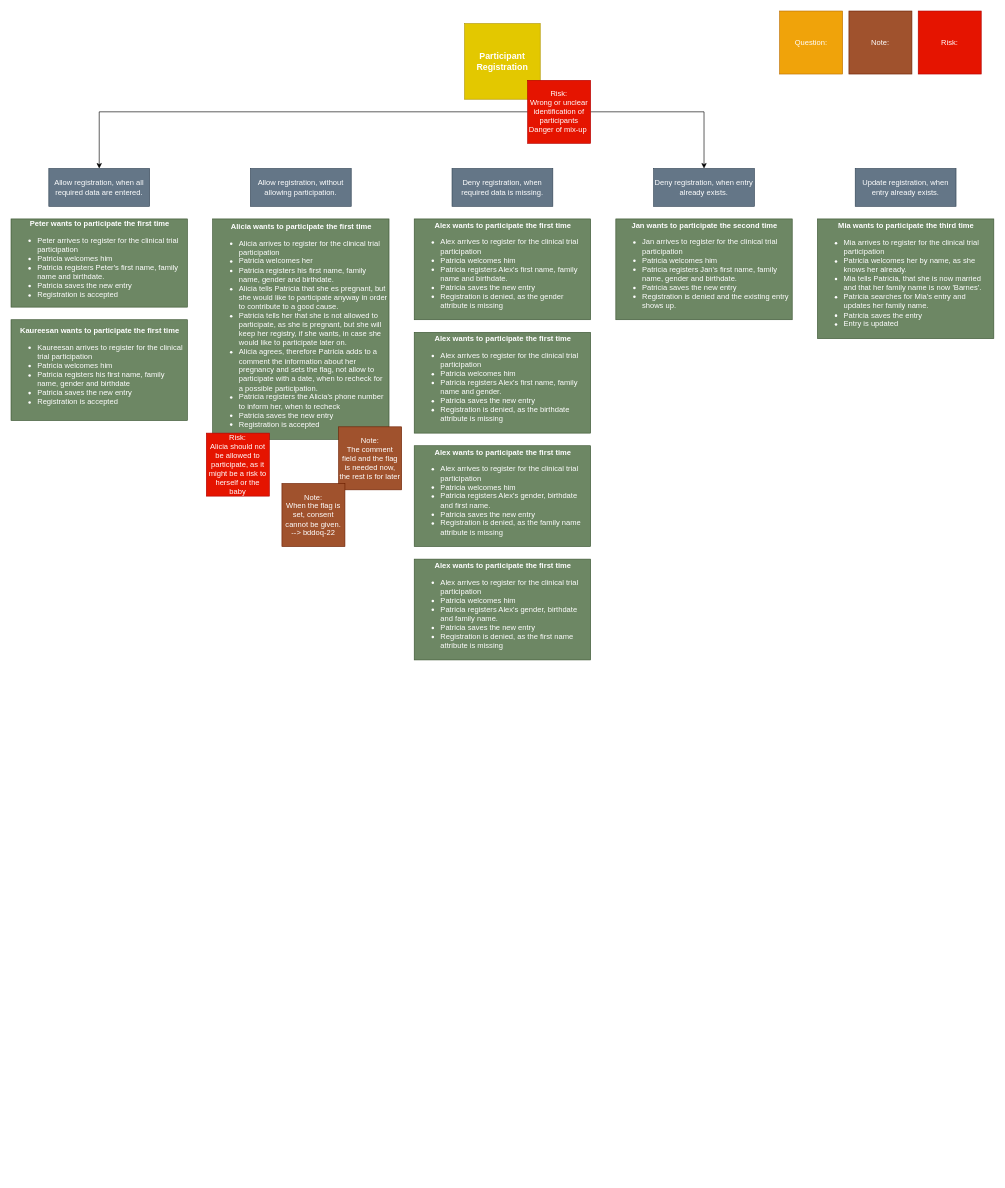
Before: jba-oq-documents/ExampleMap_bddoq-21.drawio in sableu/BDD4OQ, a draw.io diagram. Source tidied: cells renumbered, new cells numbered last; positions are measured from the earlier drawing's top-left corner, leaving out a move shared by most shapes. Both pictures are drawn from the tidied source at 63%, with x=0, y=0 at pixel (11, 11).
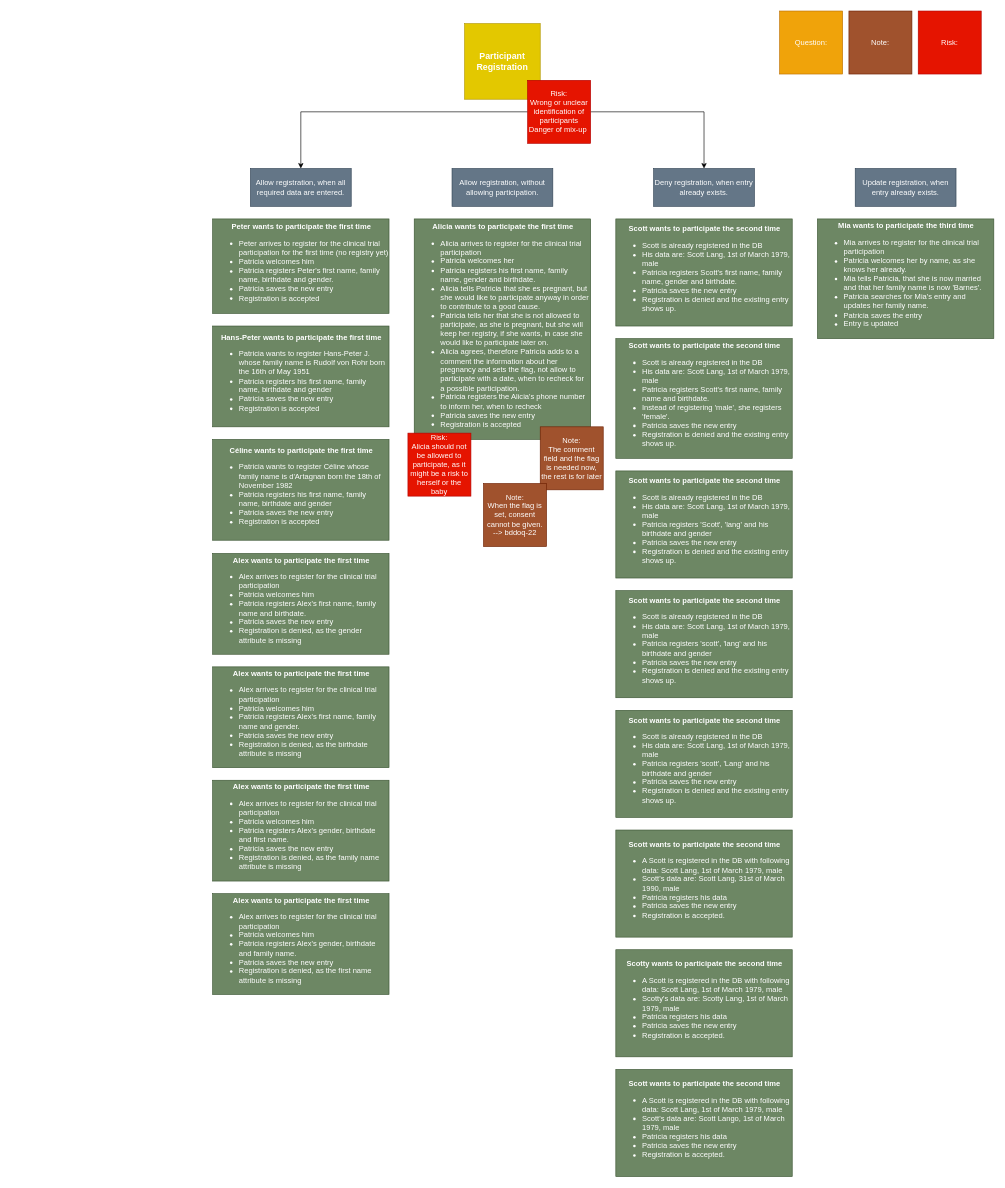
The same page after the edit.

Commit message (it also covers changes not shown here):
Refinement of example map, feature file and glue code for the participant's registration

What changed in the source:
```diff
@@
-    <mxCell id="3" value="&lt;div style=&quot;text-align: center&quot;&gt;&lt;span&gt;&lt;b&gt;Peter wants to participate the first time&lt;/b&gt;&lt;/span&gt;&lt;/div&gt;&lt;ul&gt;&lt;li&gt;Peter arrives to register for the clinical trial participation&lt;/li&gt;&lt;li&gt;Patricia welcomes him&lt;/li&gt;&lt;li&gt;Patricia registers Peter's first name, family name and birthdate.&lt;/li&gt;&lt;li&gt;Patricia saves the new entry&lt;/li&gt;&lt;li&gt;Registration is accepted&lt;/li&gt;&lt;/ul&gt;" style="rounded=0;whiteSpace=wrap;html=1;align=left;fillColor=#6d8764;strokeColor=#3A5431;fontColor=#ffffff;" parent="1" vertex="1">
-      <mxGeometry y="330" width="280" height="140" as="geometry" />
+    <mxCell id="3" value="&lt;div style=&quot;text-align: center&quot;&gt;&lt;span&gt;&lt;b&gt;Peter wants to participate the first time&lt;/b&gt;&lt;/span&gt;&lt;/div&gt;&lt;ul&gt;&lt;li&gt;Peter arrives to register for the clinical trial participation for the first time (no registry yet)&lt;/li&gt;&lt;li&gt;Patricia welcomes him&lt;/li&gt;&lt;li&gt;Patricia registers Peter's first name, family name, birthdate and gender.&lt;/li&gt;&lt;li&gt;Patricia saves the new entry&lt;/li&gt;&lt;li&gt;Registration is accepted&lt;/li&gt;&lt;/ul&gt;" style="rounded=0;whiteSpace=wrap;html=1;align=left;fillColor=#6d8764;strokeColor=#3A5431;fontColor=#ffffff;" parent="1" vertex="1">
+      <mxGeometry x="320" y="330" width="280" height="150" as="geometry" />
     </mxCell>
     <mxCell id="4" value="Allow registration, when all required data are entered." style="rounded=0;whiteSpace=wrap;html=1;fillColor=#647687;strokeColor=#314354;fontColor=#ffffff;" parent="1" vertex="1">
-      <mxGeometry x="60" y="250" width="160" height="60" as="geometry" />
+      <mxGeometry x="380" y="250" width="160" height="60" as="geometry" />
     </mxCell>
-    <mxCell id="5" value="&lt;div style=&quot;text-align: center&quot;&gt;&lt;span&gt;&lt;b&gt;Kaureesan wants to participate the first time&lt;/b&gt;&lt;/span&gt;&lt;/div&gt;&lt;ul&gt;&lt;li&gt;Kaureesan arrives to register for the clinical trial participation&lt;/li&gt;&lt;li&gt;Patricia welcomes him&lt;/li&gt;&lt;li&gt;Patricia registers his first name, family name, gender and birthdate&lt;/li&gt;&lt;li&gt;Patricia saves the new entry&lt;/li&gt;&lt;li&gt;Registration is accepted&lt;/li&gt;&lt;/ul&gt;" style="rounded=0;whiteSpace=wrap;html=1;align=left;fillColor=#6d8764;strokeColor=#3A5431;fontColor=#ffffff;" parent="1" vertex="1">
-      <mxGeometry y="490" width="280" height="160" as="geometry" />
+    <mxCell id="5" value="&lt;div style=&quot;text-align: center&quot;&gt;&lt;span&gt;&lt;b&gt;Hans-Peter wants to participate the first time&lt;/b&gt;&lt;/span&gt;&lt;/div&gt;&lt;ul&gt;&lt;li&gt;Patricia wants to register Hans-Peter J. whose family name is Rudolf von Rohr born the 16th of May 1951&lt;/li&gt;&lt;li&gt;Patricia registers his first name, family name, birthdate and gender&lt;/li&gt;&lt;li&gt;Patricia saves the new entry&lt;/li&gt;&lt;li&gt;Registration is accepted&lt;/li&gt;&lt;/ul&gt;" style="rounded=0;whiteSpace=wrap;html=1;align=left;fillColor=#6d8764;strokeColor=#3A5431;fontColor=#ffffff;" parent="1" vertex="1">
+      <mxGeometry x="320" y="500" width="280" height="160" as="geometry" />
     </mxCell>
     <mxCell id="6" value="&lt;div style=&quot;text-align: center&quot;&gt;&lt;span&gt;&lt;b&gt;Alicia wants to participate the first time&lt;/b&gt;&lt;/span&gt;&lt;/div&gt;&lt;ul&gt;&lt;li&gt;Alicia arrives to register for the clinical trial participation&lt;/li&gt;&lt;li&gt;Patricia welcomes her&lt;/li&gt;&lt;li&gt;Patricia registers his first name, family name, gender and birthdate.&lt;/li&gt;&lt;li&gt;Alicia tells Patricia that she es pregnant, but she would like to participate anyway in order to contribute to a good cause.&lt;/li&gt;&lt;li&gt;Patricia tells her that she is not allowed to participate, as she is pregnant, but she will keep her registry, if she wants, in case she would like to participate later on.&lt;/li&gt;&lt;li&gt;Alicia agrees, therefore Patricia adds to a comment the information about her pregnancy and sets the flag, not allow to participate with a date, when to recheck for a possible participation.&lt;/li&gt;&lt;li&gt;Patricia registers the Alicia's phone number to inform her, when to recheck&lt;/li&gt;&lt;li&gt;Patricia saves the new entry&lt;/li&gt;&lt;li&gt;Registration is accepted&lt;/li&gt;&lt;/ul&gt;" style="rounded=0;whiteSpace=wrap;html=1;align=left;fillColor=#6d8764;strokeColor=#3A5431;fontColor=#ffffff;" parent="1" vertex="1">
-      <mxGeometry x="320" y="330" width="280" height="350" as="geometry" />
+      <mxGeometry x="640" y="330" width="280" height="350" as="geometry" />
     </mxCell>
     <mxCell id="7" value="Allow registration, without allowing participation." style="rounded=0;whiteSpace=wrap;html=1;fillColor=#647687;strokeColor=#314354;fontColor=#ffffff;" parent="1" vertex="1">
-      <mxGeometry x="380" y="250" width="160" height="60" as="geometry" />
+      <mxGeometry x="700" y="250" width="160" height="60" as="geometry" />
     </mxCell>
-    <mxCell id="8" value="Deny registration, when required data is missing." style="rounded=0;whiteSpace=wrap;html=1;fillColor=#647687;strokeColor=#314354;fontColor=#ffffff;" parent="1" vertex="1">
-      <mxGeometry x="700" y="250" width="160" height="60" as="geometry" />
-    </mxCell>
     <mxCell id="9" value="&lt;div style=&quot;text-align: center&quot;&gt;&lt;span&gt;&lt;b&gt;Alex wants to participate the first time&lt;/b&gt;&lt;/span&gt;&lt;/div&gt;&lt;ul&gt;&lt;li&gt;Alex arrives to register for the clinical trial participation&lt;/li&gt;&lt;li&gt;Patricia welcomes him&lt;/li&gt;&lt;li&gt;Patricia registers Alex's first name, family name and birthdate.&lt;/li&gt;&lt;li&gt;Patricia saves the new entry&lt;/li&gt;&lt;li&gt;Registration is denied, as the gender attribute is missing&lt;/li&gt;&lt;/ul&gt;" style="rounded=0;whiteSpace=wrap;html=1;align=left;fillColor=#6d8764;strokeColor=#3A5431;fontColor=#ffffff;" parent="1" vertex="1">
-      <mxGeometry x="640" y="330" width="280" height="160" as="geometry" />
+      <mxGeometry x="320" y="861" width="280" height="160" as="geometry" />
     </mxCell>
@@
-    <mxCell id="11" value="&lt;div style=&quot;text-align: center&quot;&gt;&lt;span&gt;&lt;b&gt;Jan wants to participate the second time&lt;/b&gt;&lt;/span&gt;&lt;/div&gt;&lt;ul&gt;&lt;li&gt;Jan arrives to register for the clinical trial participation&lt;/li&gt;&lt;li&gt;Patricia welcomes him&lt;/li&gt;&lt;li&gt;Patricia registers Jan's first name, family name, gender and birthdate.&lt;/li&gt;&lt;li&gt;Patricia saves the new entry&lt;/li&gt;&lt;li&gt;Registration is denied and the existing entry shows up.&lt;/li&gt;&lt;/ul&gt;" style="rounded=0;whiteSpace=wrap;html=1;align=left;fillColor=#6d8764;strokeColor=#3A5431;fontColor=#ffffff;" parent="1" vertex="1">
-      <mxGeometry x="960" y="330" width="280" height="160" as="geometry" />
+    <mxCell id="11" value="&lt;div style=&quot;text-align: center&quot;&gt;&lt;span&gt;&lt;b&gt;Scott wants to participate the second time&lt;/b&gt;&lt;/span&gt;&lt;/div&gt;&lt;ul&gt;&lt;li&gt;Scott is already registered in the DB&lt;/li&gt;&lt;li&gt;His data are: Scott Lang, 1st of March 1979, male&lt;/li&gt;&lt;li&gt;Patricia registers Scott's first name, family name, gender and birthdate.&lt;/li&gt;&lt;li&gt;Patricia saves the new entry&lt;/li&gt;&lt;li&gt;Registration is denied and the existing entry shows up.&lt;/li&gt;&lt;/ul&gt;" style="rounded=0;whiteSpace=wrap;html=1;align=left;fillColor=#6d8764;strokeColor=#3A5431;fontColor=#ffffff;" parent="1" vertex="1">
+      <mxGeometry x="960" y="330" width="280" height="170" as="geometry" />
     </mxCell>
@@
     <mxCell id="14" value="&lt;div style=&quot;text-align: center&quot;&gt;&lt;span&gt;&lt;b&gt;Alex wants to participate the first time&lt;/b&gt;&lt;/span&gt;&lt;/div&gt;&lt;ul&gt;&lt;li&gt;Alex arrives to register for the clinical trial participation&lt;/li&gt;&lt;li&gt;Patricia welcomes him&lt;/li&gt;&lt;li&gt;Patricia registers Alex's first name, family name and gender.&lt;/li&gt;&lt;li&gt;Patricia saves the new entry&lt;/li&gt;&lt;li&gt;Registration is denied, as the birthdate attribute is missing&lt;/li&gt;&lt;/ul&gt;" style="rounded=0;whiteSpace=wrap;html=1;align=left;fillColor=#6d8764;strokeColor=#3A5431;fontColor=#ffffff;" parent="1" vertex="1">
-      <mxGeometry x="640" y="510" width="280" height="160" as="geometry" />
+      <mxGeometry x="320" y="1041" width="280" height="160" as="geometry" />
     </mxCell>
     <mxCell id="15" value="&lt;div style=&quot;text-align: center&quot;&gt;&lt;span&gt;&lt;b&gt;Alex wants to participate the first time&lt;/b&gt;&lt;/span&gt;&lt;/div&gt;&lt;ul&gt;&lt;li&gt;Alex arrives to register for the clinical trial participation&lt;/li&gt;&lt;li&gt;Patricia welcomes him&lt;/li&gt;&lt;li&gt;Patricia registers Alex's gender, birthdate and first name.&lt;/li&gt;&lt;li&gt;Patricia saves the new entry&lt;/li&gt;&lt;li&gt;Registration is denied, as the family name attribute is missing&lt;/li&gt;&lt;/ul&gt;" style="rounded=0;whiteSpace=wrap;html=1;align=left;fillColor=#6d8764;strokeColor=#3A5431;fontColor=#ffffff;" parent="1" vertex="1">
-      <mxGeometry x="640" y="690" width="280" height="160" as="geometry" />
+      <mxGeometry x="320" y="1221" width="280" height="160" as="geometry" />
     </mxCell>
     <mxCell id="16" value="&lt;div style=&quot;text-align: center&quot;&gt;&lt;span&gt;&lt;b&gt;Alex wants to participate the first time&lt;/b&gt;&lt;/span&gt;&lt;/div&gt;&lt;ul&gt;&lt;li&gt;Alex arrives to register for the clinical trial participation&lt;/li&gt;&lt;li&gt;Patricia welcomes him&lt;/li&gt;&lt;li&gt;Patricia registers Alex's gender, birthdate and family name.&lt;/li&gt;&lt;li&gt;Patricia saves the new entry&lt;/li&gt;&lt;li&gt;Registration is denied, as the first name attribute is missing&lt;/li&gt;&lt;/ul&gt;" style="rounded=0;whiteSpace=wrap;html=1;align=left;fillColor=#6d8764;strokeColor=#3A5431;fontColor=#ffffff;" parent="1" vertex="1">
-      <mxGeometry x="640" y="870" width="280" height="160" as="geometry" />
+      <mxGeometry x="320" y="1401" width="280" height="160" as="geometry" />
     </mxCell>
     <mxCell id="17" value="Note:&lt;br&gt;The comment field and the flag is needed now, the rest is for later" style="whiteSpace=wrap;html=1;fillColor=#a0522d;strokeColor=#6D1F00;fontColor=#ffffff;" parent="1" vertex="1">
-      <mxGeometry x="520" y="660" width="100" height="100" as="geometry" />
+      <mxGeometry x="840" y="660" width="100" height="100" as="geometry" />
     </mxCell>
@@
     <mxCell id="24" value="Risk:&lt;br&gt;Alicia should not be allowed to participate, as it might be a risk to herself or the baby" style="whiteSpace=wrap;html=1;fillColor=#e51400;strokeColor=#B20000;fontColor=#ffffff;" parent="1" vertex="1">
-      <mxGeometry x="310" y="670" width="100" height="100" as="geometry" />
+      <mxGeometry x="630" y="670" width="100" height="100" as="geometry" />
     </mxCell>
     <mxCell id="25" value="Note:&lt;br&gt;When the flag is set, consent cannot be given.&lt;br&gt;--&amp;gt; bddoq-22" style="whiteSpace=wrap;html=1;fillColor=#a0522d;strokeColor=#6D1F00;fontColor=#ffffff;" parent="1" vertex="1">
-      <mxGeometry x="430" y="750" width="100" height="100" as="geometry" />
+      <mxGeometry x="750" y="750" width="100" height="100" as="geometry" />
     </mxCell>
+    <mxCell id="26" value="&lt;div style=&quot;text-align: center&quot;&gt;&lt;span&gt;&lt;b&gt;Céline wants to participate the first time&lt;/b&gt;&lt;/span&gt;&lt;/div&gt;&lt;ul&gt;&lt;li&gt;Patricia wants to register Céline whose family name is d'Artagnan born the 18th of November 1982&lt;/li&gt;&lt;li&gt;Patricia registers his first name, family name, birthdate and gender&lt;/li&gt;&lt;li&gt;Patricia saves the new entry&lt;/li&gt;&lt;li&gt;Registration is accepted&lt;/li&gt;&lt;/ul&gt;" style="rounded=0;whiteSpace=wrap;html=1;align=left;fillColor=#6d8764;strokeColor=#3A5431;fontColor=#ffffff;" parent="1" vertex="1">
+      <mxGeometry x="320" y="680" width="280" height="160" as="geometry" />
+    </mxCell>
+    <mxCell id="27" value="&lt;div style=&quot;text-align: center&quot;&gt;&lt;span&gt;&lt;b&gt;Scott wants to participate the second time&lt;/b&gt;&lt;/span&gt;&lt;/div&gt;&lt;ul&gt;&lt;li&gt;Scott is already registered in the DB&lt;/li&gt;&lt;li&gt;His data are: Scott Lang, 1st of March 1979, male&lt;/li&gt;&lt;li&gt;Patricia registers 'Scott', 'lang' and his birthdate and gender&lt;/li&gt;&lt;li&gt;Patricia saves the new entry&lt;/li&gt;&lt;li&gt;Registration is denied and the existing entry shows up.&lt;/li&gt;&lt;/ul&gt;" style="rounded=0;whiteSpace=wrap;html=1;align=left;fillColor=#6d8764;strokeColor=#3A5431;fontColor=#ffffff;" parent="1" vertex="1">
+      <mxGeometry x="960" y="730" width="280" height="170" as="geometry" />
+    </mxCell>
+    <mxCell id="28" value="&lt;div style=&quot;text-align: center&quot;&gt;&lt;span&gt;&lt;b&gt;Scott wants to participate the second time&lt;/b&gt;&lt;/span&gt;&lt;/div&gt;&lt;ul&gt;&lt;li&gt;Scott is already registered in the DB&lt;/li&gt;&lt;li&gt;His data are: Scott Lang, 1st of March 1979, male&lt;/li&gt;&lt;li&gt;Patricia registers 'scott', 'lang' and his birthdate and gender&lt;/li&gt;&lt;li&gt;Patricia saves the new entry&lt;/li&gt;&lt;li&gt;Registration is denied and the existing entry shows up.&lt;/li&gt;&lt;/ul&gt;" style="rounded=0;whiteSpace=wrap;html=1;align=left;fillColor=#6d8764;strokeColor=#3A5431;fontColor=#ffffff;" parent="1" vertex="1">
+      <mxGeometry x="960" y="920" width="280" height="170" as="geometry" />
+    </mxCell>
+    <mxCell id="29" value="&lt;div style=&quot;text-align: center&quot;&gt;&lt;span&gt;&lt;b&gt;Scott wants to participate the second time&lt;/b&gt;&lt;/span&gt;&lt;/div&gt;&lt;ul&gt;&lt;li&gt;Scott is already registered in the DB&lt;/li&gt;&lt;li&gt;His data are: Scott Lang, 1st of March 1979, male&lt;/li&gt;&lt;li&gt;Patricia registers 'scott', 'Lang' and his birthdate and gender&lt;/li&gt;&lt;li&gt;Patricia saves the new entry&lt;/li&gt;&lt;li&gt;Registration is denied and the existing entry shows up.&lt;/li&gt;&lt;/ul&gt;" style="rounded=0;whiteSpace=wrap;html=1;align=left;fillColor=#6d8764;strokeColor=#3A5431;fontColor=#ffffff;" parent="1" vertex="1">
+      <mxGeometry x="960" y="1110" width="280" height="170" as="geometry" />
+    </mxCell>
+    <mxCell id="30" value="&lt;div style=&quot;text-align: center&quot;&gt;&lt;span&gt;&lt;b&gt;Scott wants to participate the second time&lt;/b&gt;&lt;/span&gt;&lt;/div&gt;&lt;ul&gt;&lt;li&gt;A Scott is registered in the DB with following data: Scott Lang, 1st of March 1979, male&lt;/li&gt;&lt;li&gt;Scott's data are: Scott Lang, 31st of March 1990, male&lt;/li&gt;&lt;li&gt;Patricia registers his data&lt;/li&gt;&lt;li&gt;Patricia saves the new entry&lt;/li&gt;&lt;li&gt;Registration is accepted.&lt;/li&gt;&lt;/ul&gt;" style="rounded=0;whiteSpace=wrap;html=1;align=left;fillColor=#6d8764;strokeColor=#3A5431;fontColor=#ffffff;" parent="1" vertex="1">
+      <mxGeometry x="960" y="1300" width="280" height="170" as="geometry" />
+    </mxCell>
+    <mxCell id="31" value="&lt;div style=&quot;text-align: center&quot;&gt;&lt;span&gt;&lt;b&gt;Scotty wants to participate the second time&lt;/b&gt;&lt;/span&gt;&lt;/div&gt;&lt;ul&gt;&lt;li&gt;A Scott is registered in the DB with following data: Scott Lang, 1st of March 1979, male&lt;/li&gt;&lt;li&gt;Scotty's data are: Scotty Lang, 1st of March 1979, male&lt;/li&gt;&lt;li&gt;Patricia registers his data&lt;/li&gt;&lt;li&gt;Patricia saves the new entry&lt;/li&gt;&lt;li&gt;Registration is accepted.&lt;/li&gt;&lt;/ul&gt;" style="rounded=0;whiteSpace=wrap;html=1;align=left;fillColor=#6d8764;strokeColor=#3A5431;fontColor=#ffffff;" parent="1" vertex="1">
+      <mxGeometry x="960" y="1490" width="280" height="170" as="geometry" />
+    </mxCell>
+    <mxCell id="32" value="&lt;div style=&quot;text-align: center&quot;&gt;&lt;span&gt;&lt;b&gt;Scott wants to participate the second time&lt;/b&gt;&lt;/span&gt;&lt;/div&gt;&lt;ul&gt;&lt;li&gt;A Scott is registered in the DB with following data: Scott Lang, 1st of March 1979, male&lt;/li&gt;&lt;li&gt;Scott's data are: Scott Lango, 1st of March 1979, male&lt;/li&gt;&lt;li&gt;Patricia registers his data&lt;/li&gt;&lt;li&gt;Patricia saves the new entry&lt;/li&gt;&lt;li&gt;Registration is accepted.&lt;/li&gt;&lt;/ul&gt;" style="rounded=0;whiteSpace=wrap;html=1;align=left;fillColor=#6d8764;strokeColor=#3A5431;fontColor=#ffffff;" parent="1" vertex="1">
+      <mxGeometry x="960" y="1680" width="280" height="170" as="geometry" />
+    </mxCell>
+    <mxCell id="33" value="&lt;div style=&quot;text-align: center&quot;&gt;&lt;span&gt;&lt;b&gt;Scott wants to participate the second time&lt;/b&gt;&lt;/span&gt;&lt;/div&gt;&lt;ul&gt;&lt;li&gt;Scott is already registered in the DB&lt;/li&gt;&lt;li&gt;His data are: Scott Lang, 1st of March 1979, male&lt;/li&gt;&lt;li&gt;Patricia registers Scott's first name, family name and birthdate.&lt;/li&gt;&lt;li&gt;Instead of registering 'male', she registers 'female'.&lt;/li&gt;&lt;li&gt;Patricia saves the new entry&lt;/li&gt;&lt;li&gt;Registration is denied and the existing entry shows up.&lt;/li&gt;&lt;/ul&gt;" style="rounded=0;whiteSpace=wrap;html=1;align=left;fillColor=#6d8764;strokeColor=#3A5431;fontColor=#ffffff;" parent="1" vertex="1">
+      <mxGeometry x="960" y="520" width="280" height="190" as="geometry" />
+    </mxCell>
```
